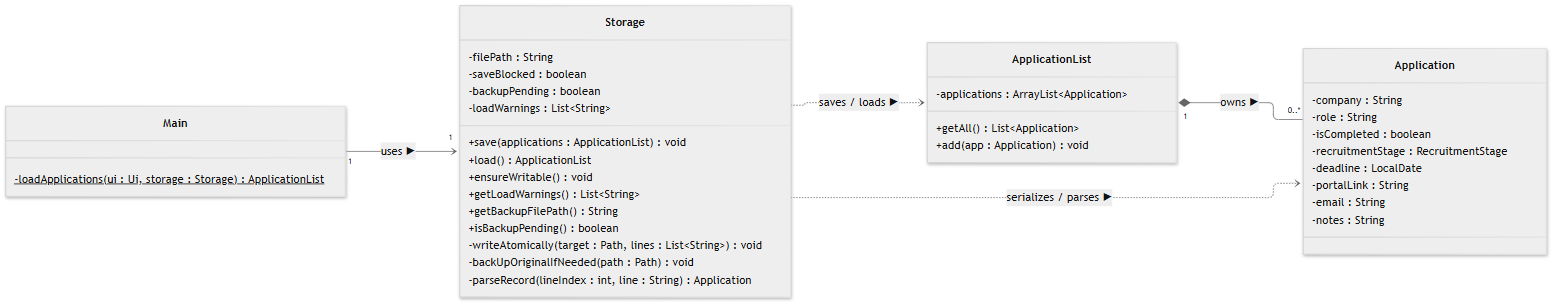
AY2627S1-CS2113-T10-2/tp keeps this Mermaid diagram as docs/diagrams/storage-class.png. Above is the earlier version. Its source is kept beside it as docs/diagrams/sources/storage-class.mmd.
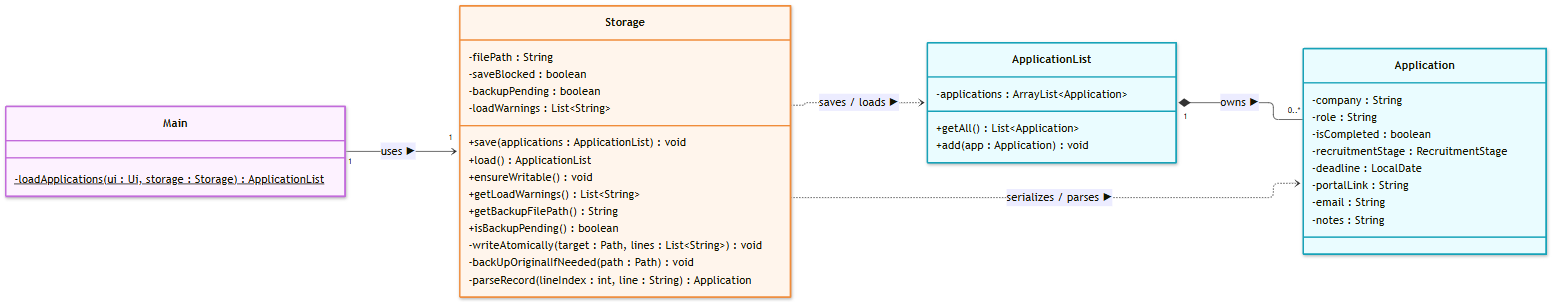
Above is the later version.

The edit, as a diff of the source:
```diff
@@ -1,10 +1,10 @@
-%%{init: {'theme': 'neutral'}}%%
+%%{init: {'theme': 'default'}}%%
 classDiagram
     direction LR
-    class Main {
+    class Main:::ctrl {
         -loadApplications(ui : Ui, storage : Storage)$ ApplicationList
     }
-    class Storage {
+    class Storage:::store {
         -filePath : String
         -saveBlocked : boolean
         -backupPending : boolean
@@ -19,12 +19,12 @@
         -backUpOriginalIfNeeded(path : Path) void
         -parseRecord(lineIndex : int, line : String) Application
     }
-    class ApplicationList {
+    class ApplicationList:::model {
         -applications : ArrayList~Application~
         +getAll() List~Application~
         +add(app : Application) void
     }
-    class Application {
+    class Application:::model {
         -company : String
         -role : String
         -isCompleted : boolean
@@ -38,3 +38,11 @@
     Storage ..> ApplicationList : saves / loads ▶
     ApplicationList "1" *-- "0..*" Application : owns ▶
     Storage ..> Application : serializes / parses ▶
+    classDef ctrl fill:#fdf2ff,stroke:#c26bdb,stroke-width:2px
+    classDef io fill:#eefcf6,stroke:#2bb58a,stroke-width:2px
+    classDef store fill:#fff5ec,stroke:#f08c3a,stroke-width:2px
+    classDef model fill:#eafcff,stroke:#17a2b8,stroke-width:2px
+    classDef enum fill:#f1ecff,stroke:#8e6bd8,stroke-width:2px
+    classDef cmd fill:#fff1f1,stroke:#ef5b5b,stroke-width:2px
+    classDef undoable fill:#fffbe6,stroke:#e6b800,stroke-width:2px
+    classDef util fill:#eefaf0,stroke:#4caf50,stroke-width:2px
```
